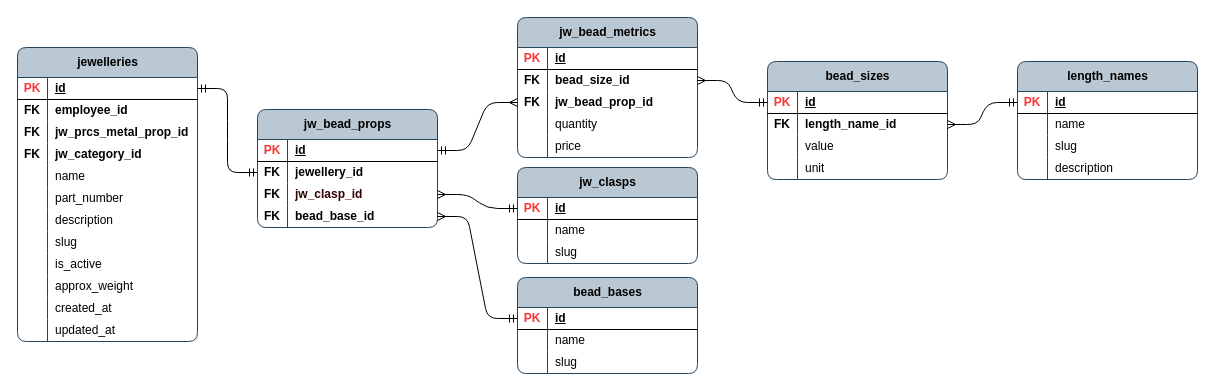
The draw.io diagram page "jw_bead_props" (13 of 13) of publisher/laravel-app/psql_jewellery_items.drawio in Local-development-environment/msg-brokers-publisher-consumer, before the edit. Source tidied: cells renumbered, new cells numbered last; positions are measured from the earlier drawing's top-left corner, leaving out a move shared by most shapes. Both pictures are drawn from the tidied source at 100%, with x=0, y=0 at pixel (17, 17).
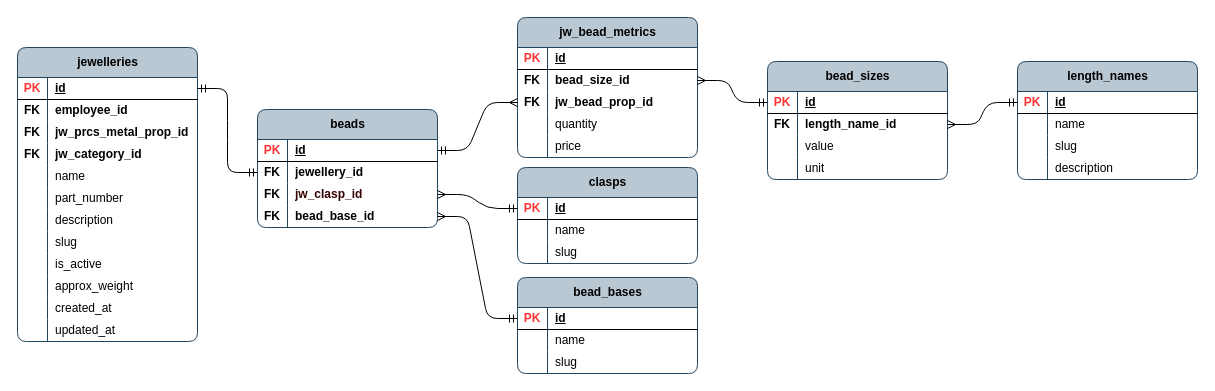
After the change.

What changed in the source:
```diff
@@
-    <mxCell id="40" value="jw_bead_props" style="shape=table;startSize=30;childLayout=tableLayout;rowLines=0;fontStyle=1;align=center;html=1;rounded=1;swimlaneFillColor=none;fillColor=#bac8d3;strokeColor=#23445d;columnLines=1;arcSize=10;" parent="1" vertex="1">
+    <mxCell id="40" value="beads" style="shape=table;startSize=30;childLayout=tableLayout;rowLines=0;fontStyle=1;align=center;html=1;rounded=1;swimlaneFillColor=none;fillColor=#bac8d3;strokeColor=#23445d;columnLines=1;arcSize=10;" parent="1" vertex="1">
       <mxGeometry x="240" y="92" width="180" height="118" as="geometry" />
     </mxCell>
@@
-    <mxCell id="82" value="jw_clasps" style="shape=table;startSize=30;childLayout=tableLayout;rowLines=0;fontStyle=1;align=center;html=1;rounded=1;swimlaneFillColor=none;fillColor=#bac8d3;strokeColor=#23445d;columnLines=1;arcSize=10;" parent="1" vertex="1">
+    <mxCell id="82" value="clasps" style="shape=table;startSize=30;childLayout=tableLayout;rowLines=0;fontStyle=1;align=center;html=1;rounded=1;swimlaneFillColor=none;fillColor=#bac8d3;strokeColor=#23445d;columnLines=1;arcSize=10;" parent="1" vertex="1">
       <mxGeometry x="500" y="150" width="180" height="96" as="geometry" />
     </mxCell>
```
